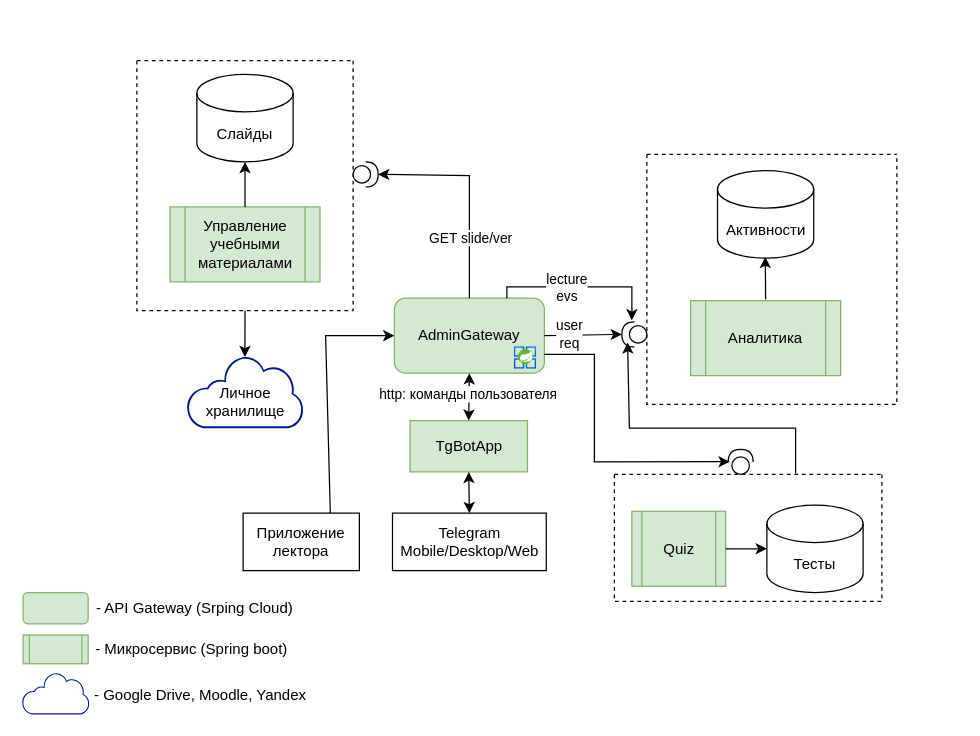
Above: Архитектура.drawio in Misha41RuSs/lecturer-assistant (draw.io), before the change. Source tidied: cells renumbered, new cells numbered last; positions are measured from the earlier drawing's top-left corner, leaving out a move shared by most shapes. Both pictures are drawn from the tidied source at 125%, with x=0, y=0 at pixel (21, 60).
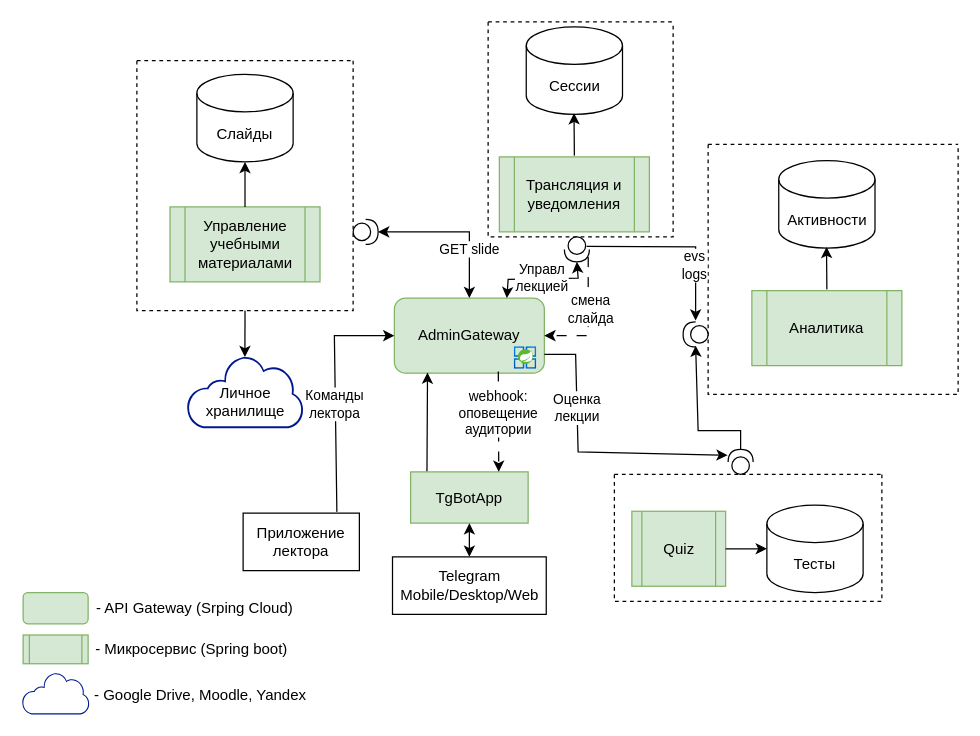
Above is the later version.

The change refers to these unchanged cells:
```xml
<mxCell id="2" value="Приложение&lt;div&gt;лектора&lt;/div&gt;" style="rounded=0;whiteSpace=wrap;html=1;" parent="1" vertex="1">
  <mxGeometry x="177" y="362" width="93" height="46" as="geometry" />
</mxCell>
<mxCell id="5" value="AdminGateway" style="rounded=1;whiteSpace=wrap;html=1;fillColor=#d5e8d4;strokeColor=#82b366;" parent="1" vertex="1">
  <mxGeometry x="298" y="190" width="120" height="60" as="geometry" />
</mxCell>
<mxCell id="38" style="shape=providedRequiredInterface;html=1;verticalLabelPosition=bottom;sketch=0;rotation=-90;" parent="1" vertex="1">
  <mxGeometry x="565" y="311" width="20" height="20" as="geometry" />
</mxCell>
```

The edit, as a diff of the source:
```diff
@@
     <mxCell id="3" value="Telegram Mobile/Desktop/Web" style="rounded=0;whiteSpace=wrap;html=1;" parent="1" vertex="1">
-      <mxGeometry x="296.5" y="362" width="123" height="46" as="geometry" />
+      <mxGeometry x="296.5" y="397" width="123" height="46" as="geometry" />
     </mxCell>
     <mxCell id="4" value="TgBotApp" style="rounded=0;whiteSpace=wrap;html=1;fillColor=#d5e8d4;strokeColor=#82b366;" parent="1" vertex="1">
-      <mxGeometry x="310.5" y="288" width="94" height="41" as="geometry" />
+      <mxGeometry x="311" y="329" width="94" height="41" as="geometry" />
     </mxCell>
@@
-    <mxCell id="7" style="endArrow=classic;startArrow=classic;html=1;rounded=0;entryX=0.5;entryY=1;entryDx=0;entryDy=0;exitX=0.5;exitY=0;exitDx=0;exitDy=0;" parent="1" edge="1" source="4" target="5">
-      <mxGeometry relative="1" as="geometry" />
-    </mxCell>
-    <mxCell id="8" value="http: команды пользователя" style="edgeLabel;html=1;align=center;verticalAlign=middle;" parent="7" vertex="1">
-      <mxGeometry x="0.1" y="1" relative="1" as="geometry" />
-    </mxCell>
@@
-    <mxCell id="17" style="endArrow=classic;html=1;rounded=0;exitX=0.5;exitY=0;exitDx=0;exitDy=0;entryX=1;entryY=0.5;entryDx=0;entryDy=0;entryPerimeter=0;" parent="1" edge="1" source="5" target="19">
-      <mxGeometry relative="1" as="geometry">
-        <Array as="points">
-          <mxPoint x="358" y="92" />
-        </Array>
-      </mxGeometry>
-    </mxCell>
-    <mxCell id="18" value="GET slide/ver" style="edgeLabel;html=1;align=center;verticalAlign=middle;" parent="17" vertex="1">
-      <mxGeometry x="-0.43" relative="1" as="geometry" />
-    </mxCell>
     <mxCell id="19" style="shape=providedRequiredInterface;html=1;verticalLabelPosition=bottom;sketch=0;" parent="1" vertex="1">
-      <mxGeometry x="265" y="81" width="20" height="20" as="geometry" />
+      <mxGeometry x="265" y="127" width="20" height="20" as="geometry" />
     </mxCell>
     <mxCell id="20" style="swimlane;startSize=0;dashed=1;" parent="1" vertex="1">
-      <mxGeometry x="500" y="75" width="200" height="200" as="geometry" />
+      <mxGeometry x="549" y="67" width="200" height="200" as="geometry" />
     </mxCell>
@@
     <mxCell id="29" style="shape=providedRequiredInterface;html=1;verticalLabelPosition=bottom;sketch=0;rotation=-180;" parent="1" vertex="1">
-      <mxGeometry x="480" y="209" width="20" height="20" as="geometry" />
+      <mxGeometry x="529" y="209" width="20" height="20" as="geometry" />
     </mxCell>
-    <mxCell id="30" style="endArrow=classic;html=1;rounded=0;exitX=1;exitY=0.5;exitDx=0;exitDy=0;entryX=1;entryY=0.5;entryDx=0;entryDy=0;entryPerimeter=0;" parent="1" edge="1" source="5" target="29">
-      <mxGeometry relative="1" as="geometry" />
-    </mxCell>
-    <mxCell id="31" value="user&lt;div&gt;req&lt;/div&gt;" style="edgeLabel;html=1;align=center;verticalAlign=middle;" parent="30" vertex="1">
-      <mxGeometry x="-0.36" y="1" relative="1" as="geometry" />
-    </mxCell>
@@
-    <mxCell id="33" style="endArrow=classic;html=1;rounded=0;entryX=0;entryY=0.5;entryDx=0;entryDy=0;exitX=0.75;exitY=0;exitDx=0;exitDy=0;" parent="1" edge="1" source="2" target="5">
+    <mxCell id="33" style="endArrow=classic;html=1;rounded=0;entryX=0;entryY=0.5;entryDx=0;entryDy=0;" parent="1" edge="1" target="5">
       <mxGeometry relative="1" as="geometry">
+        <mxPoint x="252" y="361" as="sourcePoint" />
         <Array as="points">
-          <mxPoint x="243" y="220" />
+          <mxPoint x="250" y="220" />
         </Array>
       </mxGeometry>
     </mxCell>
+    <mxCell id="43" value="Команды&lt;div&gt;лектора&lt;/div&gt;" style="edgeLabel;html=1;align=center;verticalAlign=middle;" parent="33" vertex="1">
+      <mxGeometry x="-0.08" y="1" relative="1" as="geometry" />
+    </mxCell>
@@
-    <mxCell id="39" style="endArrow=classic;html=1;rounded=0;exitX=1;exitY=0.75;exitDx=0;exitDy=0;entryX=0.507;entryY=0.064;entryDx=0;entryDy=0;entryPerimeter=0;" parent="1" edge="1" source="5" target="38">
+    <mxCell id="39" style="endArrow=classic;html=1;rounded=0;exitX=1;exitY=0.75;exitDx=0;exitDy=0;entryX=0.764;entryY=-0.021;entryDx=0;entryDy=0;entryPerimeter=0;" parent="1" edge="1" source="5" target="38">
       <mxGeometry relative="1" as="geometry">
         <Array as="points">
-          <mxPoint x="458" y="235" />
-          <mxPoint x="458" y="321" />
+          <mxPoint x="443" y="235" />
+          <mxPoint x="445" y="313" />
         </Array>
       </mxGeometry>
     </mxCell>
-    <mxCell id="40" style="endArrow=classic;html=1;rounded=0;entryX=0.771;entryY=0.179;entryDx=0;entryDy=0;entryPerimeter=0;" parent="1" edge="1" target="29">
-      <mxGeometry relative="1" as="geometry">
-        <mxPoint x="619" y="330" as="sourcePoint" />
-        <Array as="points">
-          <mxPoint x="619" y="294" />
-          <mxPoint x="486" y="294" />
-        </Array>
-      </mxGeometry>
-    </mxCell>
-    <mxCell id="41" style="endArrow=classic;html=1;rounded=0;entryX=0.6;entryY=1.064;entryDx=0;entryDy=0;entryPerimeter=0;exitX=0.75;exitY=0;exitDx=0;exitDy=0;" parent="1" edge="1" source="5" target="29">
-      <mxGeometry relative="1" as="geometry">
-        <Array as="points">
-          <mxPoint x="388" y="181" />
-          <mxPoint x="488" y="181" />
-        </Array>
-      </mxGeometry>
-    </mxCell>
-    <mxCell id="42" value="lecture&lt;div&gt;evs&lt;/div&gt;" style="edgeLabel;html=1;align=center;verticalAlign=middle;" parent="41" vertex="1">
-      <mxGeometry x="-0.17" relative="1" as="geometry" />
-    </mxCell>
+    <mxCell id="44" value="Оценка&lt;div&gt;лекции&lt;/div&gt;" style="edgeLabel;html=1;align=center;verticalAlign=middle;" parent="39" vertex="1">
+      <mxGeometry x="-0.4" y="-1" relative="1" as="geometry" />
+    </mxCell>
+    <mxCell id="45" style="endArrow=classic;html=1;rounded=0;entryX=0.5;entryY=0.05;entryDx=0;entryDy=0;entryPerimeter=0;exitX=1;exitY=0.5;exitDx=0;exitDy=0;exitPerimeter=0;" parent="1" edge="1" source="38" target="29">
+      <mxGeometry relative="1" as="geometry">
+        <Array as="points">
+          <mxPoint x="575" y="296" />
+          <mxPoint x="541" y="296" />
+        </Array>
+      </mxGeometry>
+    </mxCell>
+    <mxCell id="17" style="endArrow=classic;startArrow=classic;html=1;rounded=0;entryX=1;entryY=0.5;entryDx=0;entryDy=0;entryPerimeter=0;exitX=0.5;exitY=0;exitDx=0;exitDy=0;" parent="1" edge="1" source="5" target="19">
+      <mxGeometry relative="1" as="geometry">
+        <Array as="points">
+          <mxPoint x="358" y="137" />
+        </Array>
+      </mxGeometry>
+    </mxCell>
+    <mxCell id="46" value="GET slide" style="edgeLabel;html=1;align=center;verticalAlign=middle;" parent="17" vertex="1">
+      <mxGeometry x="-0.37" y="1" relative="1" as="geometry" />
+    </mxCell>
+    <mxCell id="47" style="swimlane;startSize=0;dashed=1;" parent="1" vertex="1">
+      <mxGeometry x="373" y="-31" width="148" height="172" as="geometry" />
+    </mxCell>
+    <mxCell id="48" value="Трансляция и уведомления" style="shape=process;whiteSpace=wrap;html=1;backgroundOutline=1;fillColor=#d5e8d4;strokeColor=#82b366;" parent="47" vertex="1">
+      <mxGeometry x="9" y="108" width="120" height="60" as="geometry" />
+    </mxCell>
+    <mxCell id="49" value="Сессии" style="shape=cylinder3;whiteSpace=wrap;html=1;boundedLbl=1;backgroundOutline=1;size=15;" parent="47" vertex="1">
+      <mxGeometry x="30.5" y="4" width="77" height="70" as="geometry" />
+    </mxCell>
+    <mxCell id="50" style="endArrow=classic;html=1;rounded=0;entryX=0.5;entryY=1;entryDx=0;entryDy=0;entryPerimeter=0;" parent="47" edge="1">
+      <mxGeometry relative="1" as="geometry">
+        <mxPoint x="69" y="107" as="sourcePoint" />
+        <mxPoint x="68.7" y="73" as="targetPoint" />
+      </mxGeometry>
+    </mxCell>
+    <mxCell id="51" style="shape=providedRequiredInterface;html=1;verticalLabelPosition=bottom;sketch=0;rotation=90;" parent="1" vertex="1">
+      <mxGeometry x="434" y="141" width="20" height="20" as="geometry" />
+    </mxCell>
+    <mxCell id="52" style="endArrow=classic;html=1;rounded=0;exitX=0.38;exitY=0.11;exitDx=0;exitDy=0;exitPerimeter=0;entryX=0.5;entryY=1.05;entryDx=0;entryDy=0;entryPerimeter=0;" parent="1" edge="1" source="51" target="29">
+      <mxGeometry relative="1" as="geometry">
+        <Array as="points">
+          <mxPoint x="539" y="149" />
+        </Array>
+      </mxGeometry>
+    </mxCell>
+    <mxCell id="53" value="&lt;div&gt;&lt;br&gt;&lt;/div&gt;" style="edgeLabel;html=1;align=center;verticalAlign=middle;" parent="52" vertex="1">
+      <mxGeometry x="-0.42" relative="1" as="geometry" />
+    </mxCell>
+    <mxCell id="54" value="evs&lt;div&gt;logs&lt;/div&gt;" style="edgeLabel;html=1;align=center;verticalAlign=middle;" parent="52" vertex="1">
+      <mxGeometry x="0.4" y="-2" relative="1" as="geometry" />
+    </mxCell>
+    <mxCell id="55" style="endArrow=classic;startArrow=classic;html=1;rounded=0;entryX=1;entryY=0.5;entryDx=0;entryDy=0;entryPerimeter=0;exitX=0.75;exitY=0;exitDx=0;exitDy=0;" parent="1" edge="1" source="5" target="51">
+      <mxGeometry relative="1" as="geometry">
+        <Array as="points">
+          <mxPoint x="389" y="175" />
+          <mxPoint x="445" y="174" />
+        </Array>
+      </mxGeometry>
+    </mxCell>
+    <mxCell id="56" value="Управл&lt;div&gt;лекцией&lt;/div&gt;" style="edgeLabel;html=1;align=center;verticalAlign=middle;" parent="55" vertex="1">
+      <mxGeometry y="1" relative="1" as="geometry" />
+    </mxCell>
+    <mxCell id="57" style="endArrow=classic;html=1;rounded=0;dashed=1;dashPattern=8 8;exitX=0.81;exitY=0.045;exitDx=0;exitDy=0;exitPerimeter=0;entryX=1;entryY=0.5;entryDx=0;entryDy=0;" parent="1" edge="1" source="51" target="5">
+      <mxGeometry relative="1" as="geometry">
+        <Array as="points">
+          <mxPoint x="453" y="220" />
+        </Array>
+      </mxGeometry>
+    </mxCell>
+    <mxCell id="58" value="смена&lt;div&gt;слайда&lt;/div&gt;" style="edgeLabel;html=1;align=center;verticalAlign=middle;" parent="57" vertex="1">
+      <mxGeometry x="-0.16" y="1" relative="1" as="geometry" />
+    </mxCell>
+    <mxCell id="7" style="endArrow=classic;html=1;rounded=0;entryX=0.221;entryY=0.993;entryDx=0;entryDy=0;entryPerimeter=0;exitX=0.139;exitY=-0.011;exitDx=0;exitDy=0;exitPerimeter=0;" parent="1" edge="1" source="4" target="5">
+      <mxGeometry relative="1" as="geometry" />
+    </mxCell>
+    <mxCell id="59" style="endArrow=classic;html=1;rounded=0;dashed=1;dashPattern=8 8;exitX=0.693;exitY=0.977;exitDx=0;exitDy=0;entryX=0.75;entryY=0;entryDx=0;entryDy=0;exitPerimeter=0;" parent="1" edge="1" source="5" target="4">
+      <mxGeometry relative="1" as="geometry" />
+    </mxCell>
+    <mxCell id="60" value="webhook:&lt;div&gt;оповещение&lt;/div&gt;&lt;div&gt;аудитории&lt;/div&gt;" style="edgeLabel;html=1;align=center;verticalAlign=middle;" parent="59" vertex="1">
+      <mxGeometry x="-0.18" y="-1" relative="1" as="geometry" />
+    </mxCell>
```
